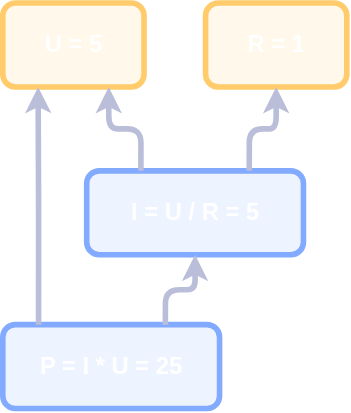
Before: drawio/urip.drawio.svg, a diagram exported from draw.io (alfertev2014/holyjs-2026-autumn). Source tidied: cells renumbered, new cells last; positions are measured from the earlier drawing's top-left corner, leaving out a move shared by most shapes.
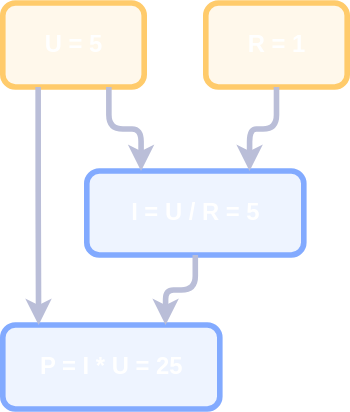
The same file after the commit.

The edit, as a diff of the source:
```diff
@@ -14,16 +14,16 @@
     <mxCell id="5" value="&lt;span style=&quot;color: light-dark(rgb(255, 255, 255), rgb(255, 255, 255));&quot;&gt;P = I * U = 25&lt;/span&gt;" style="rounded=1;whiteSpace=wrap;html=1;roundedPerimeter=1;strokeWidth=4;strokeColor=light-dark(#82AAFF,#82AAFF);fillColor=light-dark(#82AAFF22,#82AAFF22);fontSize=17;fontStyle=1;" parent="1" vertex="1">
       <mxGeometry y="230" width="155" height="60" as="geometry" />
     </mxCell>
-    <mxCell id="6" style="endArrow=classic;html=1;strokeWidth=4;strokeColor=light-dark(#BABED8,#BABED8);edgeStyle=orthogonalEdgeStyle;exitX=0.25;exitY=0;exitDx=0;exitDy=0;entryX=0.75;entryY=1;entryDx=0;entryDy=0;" parent="1" edge="1" source="4" target="2">
+    <mxCell id="6" style="endArrow=classic;html=1;strokeWidth=4;strokeColor=light-dark(#BABED8,#BABED8);edgeStyle=orthogonalEdgeStyle;exitX=0.75;exitY=1;exitDx=0;exitDy=0;entryX=0.25;entryY=0;entryDx=0;entryDy=0;" parent="1" edge="1" source="2" target="4">
       <mxGeometry relative="1" as="geometry" />
     </mxCell>
-    <mxCell id="7" style="endArrow=classic;html=1;strokeWidth=4;strokeColor=light-dark(#BABED8,#BABED8);edgeStyle=orthogonalEdgeStyle;exitX=0.75;exitY=0;exitDx=0;exitDy=0;entryX=0.5;entryY=1;entryDx=0;entryDy=0;" parent="1" edge="1" source="4" target="3">
+    <mxCell id="7" style="endArrow=classic;html=1;strokeWidth=4;strokeColor=light-dark(#BABED8,#BABED8);edgeStyle=orthogonalEdgeStyle;exitX=0.5;exitY=1;exitDx=0;exitDy=0;entryX=0.75;entryY=0;entryDx=0;entryDy=0;" parent="1" edge="1" source="3" target="4">
       <mxGeometry relative="1" as="geometry" />
     </mxCell>
-    <mxCell id="8" style="endArrow=classic;html=1;strokeWidth=4;strokeColor=light-dark(#BABED8,#BABED8);edgeStyle=orthogonalEdgeStyle;exitX=0.75;exitY=0;exitDx=0;exitDy=0;entryX=0.5;entryY=1;entryDx=0;entryDy=0;" parent="1" edge="1" source="5" target="4">
+    <mxCell id="8" style="endArrow=classic;html=1;strokeWidth=4;strokeColor=light-dark(#BABED8,#BABED8);edgeStyle=orthogonalEdgeStyle;exitX=0.5;exitY=1;exitDx=0;exitDy=0;entryX=0.75;entryY=0;entryDx=0;entryDy=0;" parent="1" edge="1" source="4" target="5">
       <mxGeometry relative="1" as="geometry" />
     </mxCell>
-    <mxCell id="9" style="endArrow=classic;html=1;strokeWidth=4;strokeColor=light-dark(#BABED8,#BABED8);edgeStyle=orthogonalEdgeStyle;entryX=0.25;entryY=1;entryDx=0;entryDy=0;exitX=0.171;exitY=0.009;exitDx=0;exitDy=0;" parent="1" edge="1" source="5" target="2">
+    <mxCell id="9" style="endArrow=classic;html=1;strokeWidth=4;strokeColor=light-dark(#BABED8,#BABED8);edgeStyle=orthogonalEdgeStyle;entryX=0.171;entryY=0.009;entryDx=0;entryDy=0;exitX=0.25;exitY=1;exitDx=0;exitDy=0;" parent="1" edge="1" source="2" target="5">
       <mxGeometry relative="1" as="geometry" />
     </mxCell>
   </root>
```
